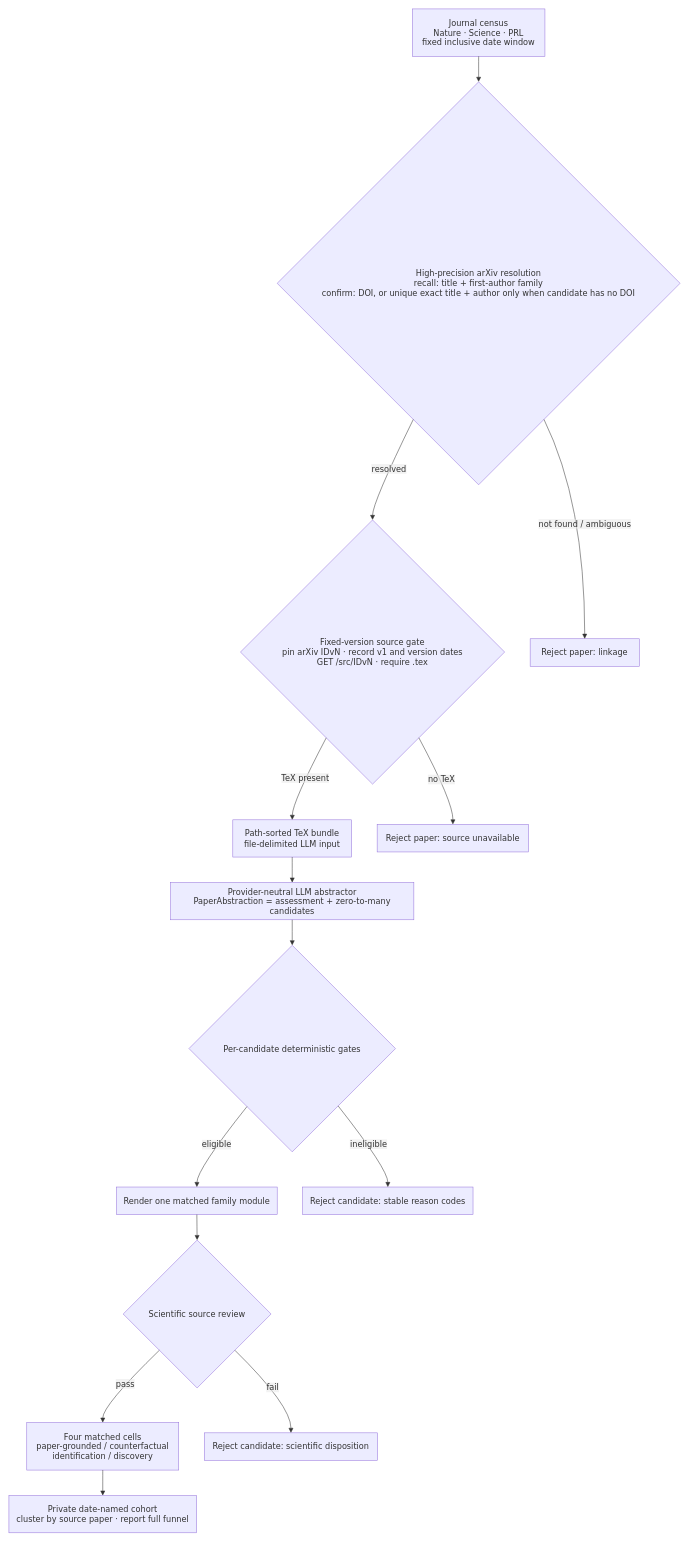
Earlier version of the draw.io diagram docs/temporal_case_pipeline.drawio (yushengzh/scigame). Source tidied: cells renumbered, new cells numbered last; positions are measured from the earlier drawing's top-left corner, leaving out a move shared by most shapes. Both pictures are drawn from the tidied source at 51%, with x=0, y=0 at pixel (9, 9).
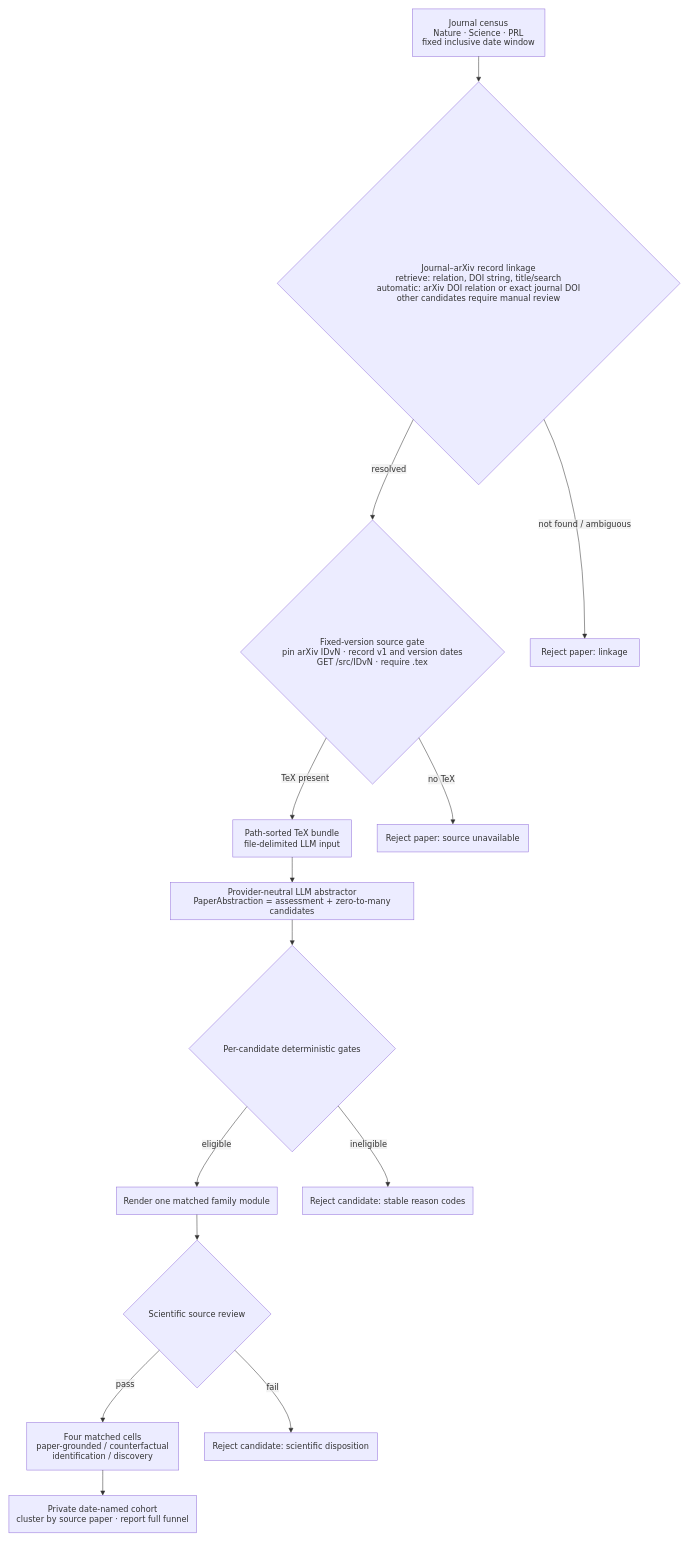
After the change.

Change to the diagram source:
```diff
@@
-    <mxCell id="3" value="High-precision arXiv resolution&#10;recall: title + first-author family&#10;confirm: DOI, or unique exact title + author only when candidate has no DOI" style="rhombus;html=1;strokeWidth=1;whiteSpace=wrap;fillColor=light-dark(#ECECFF,#1f2020);strokeColor=light-dark(#9370DB,#cccccc);fontColor=light-dark(#333333,#cccccc);fontFamily=Trebuchet MS,Verdana,Arial,sans-serif;fontSize=16;" parent="1" vertex="1">
+    <mxCell id="3" value="Journal–arXiv record linkage&#10;retrieve: relation, DOI string, title/search&#10;automatic: arXiv DOI relation or exact journal DOI&#10;other candidates require manual review" style="rhombus;html=1;strokeWidth=1;whiteSpace=wrap;fillColor=light-dark(#ECECFF,#1f2020);strokeColor=light-dark(#9370DB,#cccccc);fontColor=light-dark(#333333,#cccccc);fontFamily=Trebuchet MS,Verdana,Arial,sans-serif;fontSize=16;" parent="1" vertex="1">
       <mxGeometry x="526" y="143" width="790" height="790" as="geometry" />
     </mxCell>
```
